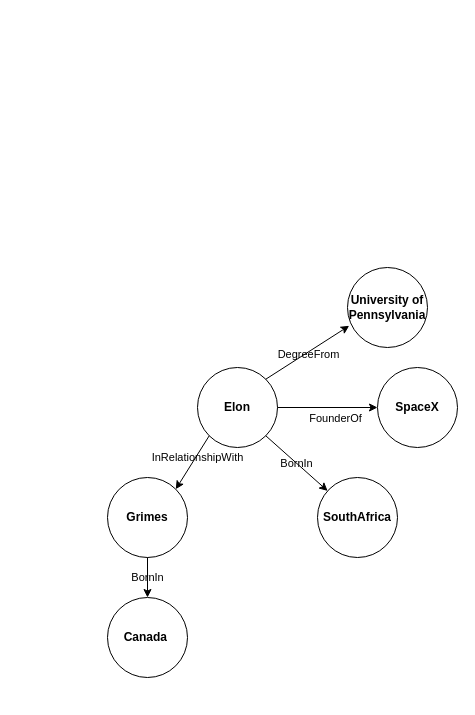
Above: page "KG-Simple" (3 of 5) of Thesis_diagrams.drawio in smejkka3/kge-w-rule-based-reasoning (draw.io), before the change. Source tidied: cells renumbered, new cells numbered last; positions are measured from the earlier drawing's top-left corner, leaving out a move shared by most shapes. Both pictures are drawn from the tidied source at 100%, with x=0, y=0 at pixel (107, 267).
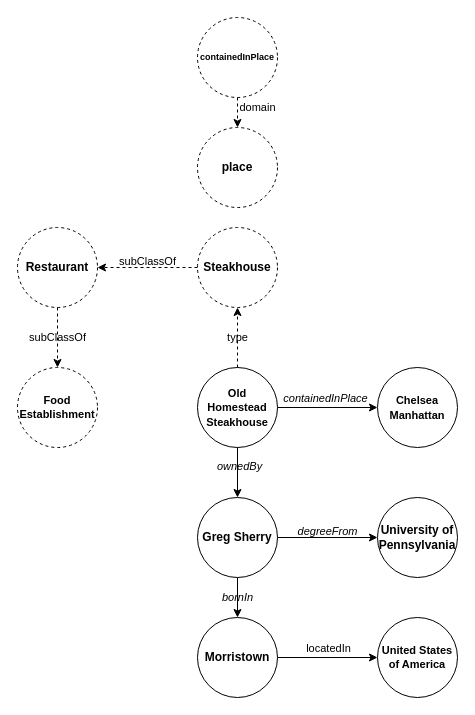
After the change.

The change refers to these unchanged cells:
```xml
<mxCell id="3" style="edgeStyle=none;rounded=0;jettySize=auto;html=1;exitX=1;exitY=0.5;exitDx=0;exitDy=0;entryX=0;entryY=0.5;entryDx=0;entryDy=0;align=center;" parent="1" edge="1" source="8" target="11">
  <mxGeometry relative="1" as="geometry" />
</mxCell>
```

The edit, as a diff of the source:
```diff
@@
-    <mxCell id="2" value="InRelationshipWith" style="rounded=0;jettySize=auto;html=1;exitX=0;exitY=1;exitDx=0;exitDy=0;entryX=1;entryY=0;entryDx=0;entryDy=0;labelBackgroundColor=none;" parent="1" edge="1" source="8" target="10">
+    <mxCell id="2" value="ownedBy" style="rounded=0;jettySize=auto;html=1;exitX=0.5;exitY=1;exitDx=0;exitDy=0;entryX=0.5;entryY=0;entryDx=0;entryDy=0;labelBackgroundColor=none;fontStyle=2;" parent="1" edge="1" source="8" target="10">
       <mxGeometry x="-0.22" y="2" relative="1" as="geometry">
         <mxPoint y="-1" as="offset" />
       </mxGeometry>
     </mxCell>
@@
-    <mxCell id="4" value="FounderOf" style="edgeLabel;html=1;align=center;verticalAlign=middle;labelBackgroundColor=none;" parent="3" vertex="1">
+    <mxCell id="4" value="&lt;span style=&quot;background-color: rgb(255, 255, 255);&quot;&gt;containedInPlace&lt;/span&gt;" style="edgeLabel;html=1;align=center;verticalAlign=middle;labelBackgroundColor=none;fontStyle=2;" parent="3" vertex="1">
       <mxGeometry x="-0.38" y="-2" relative="1" as="geometry">
-        <mxPoint x="26" y="8" as="offset" />
+        <mxPoint x="16" y="-12" as="offset" />
       </mxGeometry>
     </mxCell>
-    <mxCell id="5" value="BornIn" style="edgeStyle=none;rounded=0;jettySize=auto;html=1;exitX=1;exitY=1;exitDx=0;exitDy=0;labelBackgroundColor=none;" parent="1" edge="1" source="8" target="12">
-      <mxGeometry relative="1" as="geometry" />
-    </mxCell>
-    <mxCell id="6" style="rounded=0;jettySize=auto;html=1;exitX=1;exitY=0;exitDx=0;exitDy=0;entryX=0;entryY=1;entryDx=0;entryDy=0;labelBackgroundColor=none;fontSize=11;endArrow=classic;endFill=1;" parent="1" edge="1" source="8">
-      <mxGeometry relative="1" as="geometry">
-        <mxPoint x="241.7" y="58.3" as="targetPoint" />
-      </mxGeometry>
+    <mxCell id="6" style="rounded=0;jettySize=auto;html=1;exitX=1;exitY=0.5;exitDx=0;exitDy=0;entryX=0;entryY=0.5;entryDx=0;entryDy=0;labelBackgroundColor=none;fontSize=11;endArrow=classic;endFill=1;fontStyle=2;" parent="1" edge="1" source="10" target="14">
+      <mxGeometry relative="1" as="geometry" />
     </mxCell>
-    <mxCell id="7" value="DegreeFrom" style="edgeLabel;html=1;align=center;verticalAlign=middle;fontSize=11;labelBackgroundColor=none;" parent="6" vertex="1">
+    <mxCell id="7" value="degreeFrom" style="edgeLabel;html=1;align=center;verticalAlign=middle;fontSize=11;labelBackgroundColor=none;fontStyle=2;spacingTop=-17;" parent="6" vertex="1">
       <mxGeometry x="-0.02" y="-2" relative="1" as="geometry" />
     </mxCell>
+    <mxCell id="5" value="type" style="edgeStyle=none;rounded=0;jettySize=auto;html=1;exitX=0.5;exitY=0;exitDx=0;exitDy=0;dashed=1;labelBackgroundColor=none;fontSize=11;fontColor=default;" parent="1" edge="1" source="8" target="12">
+      <mxGeometry relative="1" as="geometry" />
+    </mxCell>
-    <mxCell id="8" value="Elon" style="ellipse;whiteSpace=wrap;html=1;fillColor=none;fontStyle=1;" parent="1" vertex="1">
+    <mxCell id="8" value="&lt;span style=&quot;font-size: 11px;&quot;&gt;Old Homestead Steakhouse&lt;/span&gt;" style="ellipse;whiteSpace=wrap;html=1;fillColor=none;fontStyle=1;" parent="1" vertex="1">
       <mxGeometry x="90" y="100" width="80" height="80" as="geometry" />
     </mxCell>
-    <mxCell id="9" value="BornIn" style="edgeStyle=none;rounded=0;jettySize=auto;html=1;exitX=0.5;exitY=1;exitDx=0;exitDy=0;entryX=0.5;entryY=0;entryDx=0;entryDy=0;labelBackgroundColor=none;fontSize=11;endArrow=classic;endFill=1;" parent="1" edge="1" source="10" target="13">
+    <mxCell id="9" value="bornIn" style="edgeStyle=none;rounded=0;jettySize=auto;html=1;exitX=0.5;exitY=1;exitDx=0;exitDy=0;entryX=0.5;entryY=0;entryDx=0;entryDy=0;labelBackgroundColor=none;fontSize=11;endArrow=classic;endFill=1;fontStyle=2;" parent="1" edge="1" source="10" target="13">
       <mxGeometry relative="1" as="geometry" />
     </mxCell>
-    <mxCell id="10" value="Grimes" style="ellipse;whiteSpace=wrap;html=1;fillColor=none;fontStyle=1;" parent="1" vertex="1">
-      <mxGeometry y="210" width="80" height="80" as="geometry" />
+    <mxCell id="10" value="Greg&amp;nbsp;Sherry" style="ellipse;whiteSpace=wrap;html=1;fillColor=none;fontStyle=1;" parent="1" vertex="1">
+      <mxGeometry x="90" y="230" width="80" height="80" as="geometry" />
     </mxCell>
-    <mxCell id="11" value="SpaceX" style="ellipse;whiteSpace=wrap;html=1;fillColor=none;fontStyle=1;" parent="1" vertex="1">
+    <mxCell id="11" value="&lt;span style=&quot;font-size: 11px;&quot;&gt;Chelsea Manhattan&lt;/span&gt;" style="ellipse;whiteSpace=wrap;html=1;fillColor=none;fontStyle=1;" parent="1" vertex="1">
       <mxGeometry x="270" y="100" width="80" height="80" as="geometry" />
     </mxCell>
+    <mxCell id="15" value="subClassOf" style="edgeStyle=none;rounded=0;jettySize=auto;html=1;exitX=0;exitY=0.5;exitDx=0;exitDy=0;entryX=1;entryY=0.5;entryDx=0;entryDy=0;dashed=1;fontSize=11;fontColor=default;labelBackgroundColor=none;spacing=3;spacingTop=-12;" parent="1" edge="1" source="12" target="20">
+      <mxGeometry relative="1" as="geometry" />
+    </mxCell>
-    <mxCell id="12" value="SouthAfrica" style="ellipse;whiteSpace=wrap;html=1;fillColor=none;fontStyle=1;" parent="1" vertex="1">
-      <mxGeometry x="210" y="210" width="80" height="80" as="geometry" />
+    <mxCell id="12" value="Steakhouse" style="ellipse;whiteSpace=wrap;html=1;fillColor=none;fontStyle=1;dashed=1;" parent="1" vertex="1">
+      <mxGeometry x="90" y="-40" width="80" height="80" as="geometry" />
     </mxCell>
+    <mxCell id="16" style="edgeStyle=orthogonalEdgeStyle;rounded=0;jettySize=auto;html=1;exitX=1;exitY=0.5;exitDx=0;exitDy=0;fontSize=11;fontColor=default;" parent="1" edge="1" source="13" target="18">
+      <mxGeometry relative="1" as="geometry" />
+    </mxCell>
+    <mxCell id="17" value="locatedIn" style="edgeLabel;html=1;align=center;verticalAlign=middle;fontSize=11;fontColor=default;" parent="16" vertex="1">
+      <mxGeometry x="0.24" y="2" relative="1" as="geometry">
+        <mxPoint x="-12" y="-8" as="offset" />
+      </mxGeometry>
+    </mxCell>
-    <mxCell id="13" value="Canada&amp;nbsp;" style="ellipse;whiteSpace=wrap;html=1;fillColor=none;fontStyle=1;" parent="1" vertex="1">
-      <mxGeometry y="330" width="80" height="80" as="geometry" />
+    <mxCell id="13" value="Morristown" style="ellipse;whiteSpace=wrap;html=1;fillColor=none;fontStyle=1;" parent="1" vertex="1">
+      <mxGeometry x="90" y="350" width="80" height="80" as="geometry" />
     </mxCell>
     <mxCell id="14" value="University of Pennsylvania" style="ellipse;whiteSpace=wrap;html=1;fillColor=none;fontStyle=1;" parent="1" vertex="1">
-      <mxGeometry x="240" width="80" height="80" as="geometry" />
+      <mxGeometry x="270" y="230" width="80" height="80" as="geometry" />
     </mxCell>
+    <mxCell id="18" value="United States of America" style="ellipse;whiteSpace=wrap;html=1;fillColor=none;fontStyle=1;fontSize=11;fontColor=default;" parent="1" vertex="1">
+      <mxGeometry x="270" y="350" width="80" height="80" as="geometry" />
+    </mxCell>
+    <mxCell id="19" value="subClassOf" style="edgeStyle=none;rounded=0;jettySize=auto;html=1;exitX=0.5;exitY=1;exitDx=0;exitDy=0;entryX=0.5;entryY=0;entryDx=0;entryDy=0;dashed=1;fontSize=11;fontColor=default;labelBackgroundColor=none;" parent="1" edge="1" source="20" target="23">
+      <mxGeometry relative="1" as="geometry" />
+    </mxCell>
+    <mxCell id="20" value="Restaurant" style="ellipse;whiteSpace=wrap;html=1;fillColor=none;fontStyle=1;dashed=1;" parent="1" vertex="1">
+      <mxGeometry x="-90" y="-40" width="80" height="80" as="geometry" />
+    </mxCell>
+    <mxCell id="21" value="domain" style="edgeStyle=none;rounded=0;jettySize=auto;html=1;exitX=0.5;exitY=1;exitDx=0;exitDy=0;dashed=1;fontSize=11;fontColor=default;labelBackgroundColor=none;spacing=-1;" parent="1" edge="1" source="22" target="24">
+      <mxGeometry x="-0.33" y="20" relative="1" as="geometry" />
+    </mxCell>
+    <mxCell id="22" value="containedInPlace" style="ellipse;whiteSpace=wrap;html=1;fillColor=none;fontStyle=1;dashed=1;fontSize=9;" parent="1" vertex="1">
+      <mxGeometry x="90" y="-250" width="80" height="80" as="geometry" />
+    </mxCell>
+    <mxCell id="23" value="Food&lt;br style=&quot;font-size: 11px;&quot;&gt;Establishment" style="ellipse;whiteSpace=wrap;html=1;fillColor=none;fontStyle=1;dashed=1;fontSize=11;" parent="1" vertex="1">
+      <mxGeometry x="-90" y="100" width="80" height="80" as="geometry" />
+    </mxCell>
+    <mxCell id="24" value="place" style="ellipse;whiteSpace=wrap;html=1;fillColor=none;fontStyle=1;dashed=1;" parent="1" vertex="1">
+      <mxGeometry x="90" y="-140" width="80" height="80" as="geometry" />
+    </mxCell>
```
